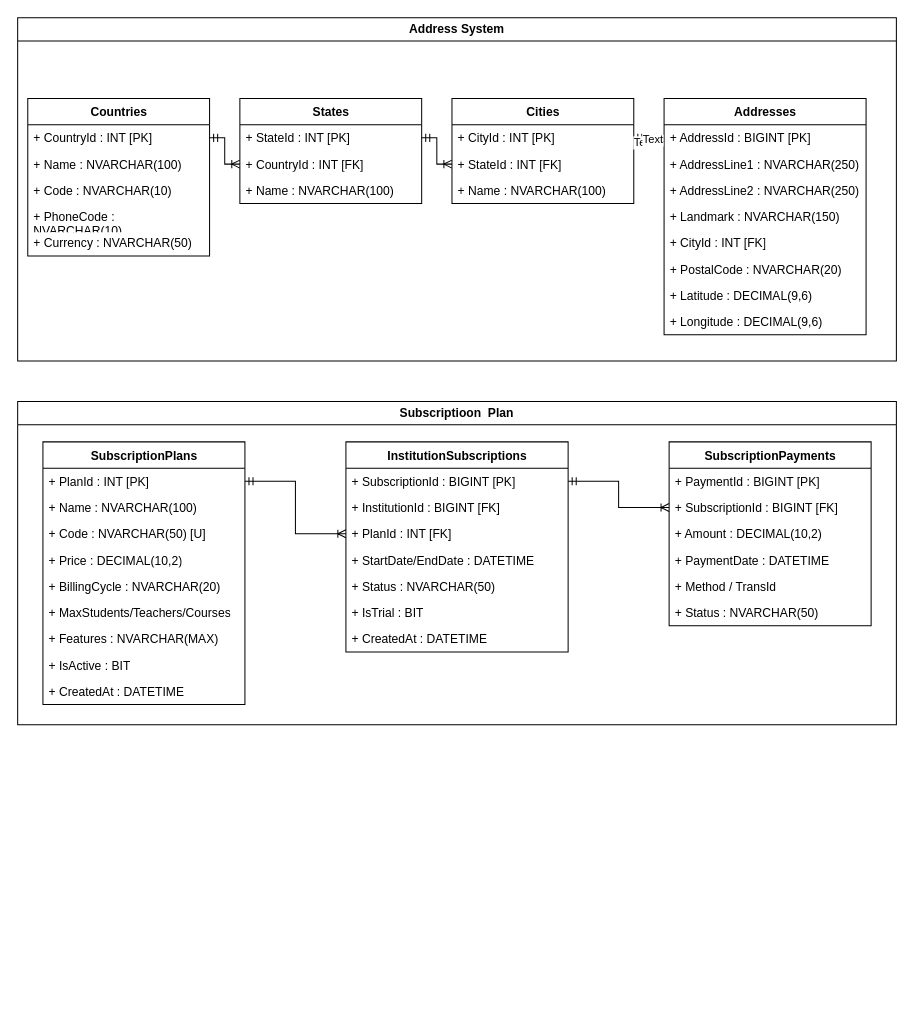
Above: Codenexa EduCore.drawio in parthao/DataBaseFiles (draw.io), before the change. Source tidied: cells renumbered, new cells numbered last; positions are measured from the earlier drawing's top-left corner, leaving out a move shared by most shapes. Both pictures are drawn from the tidied source at 101%, with x=0, y=0 at pixel (17, 17).
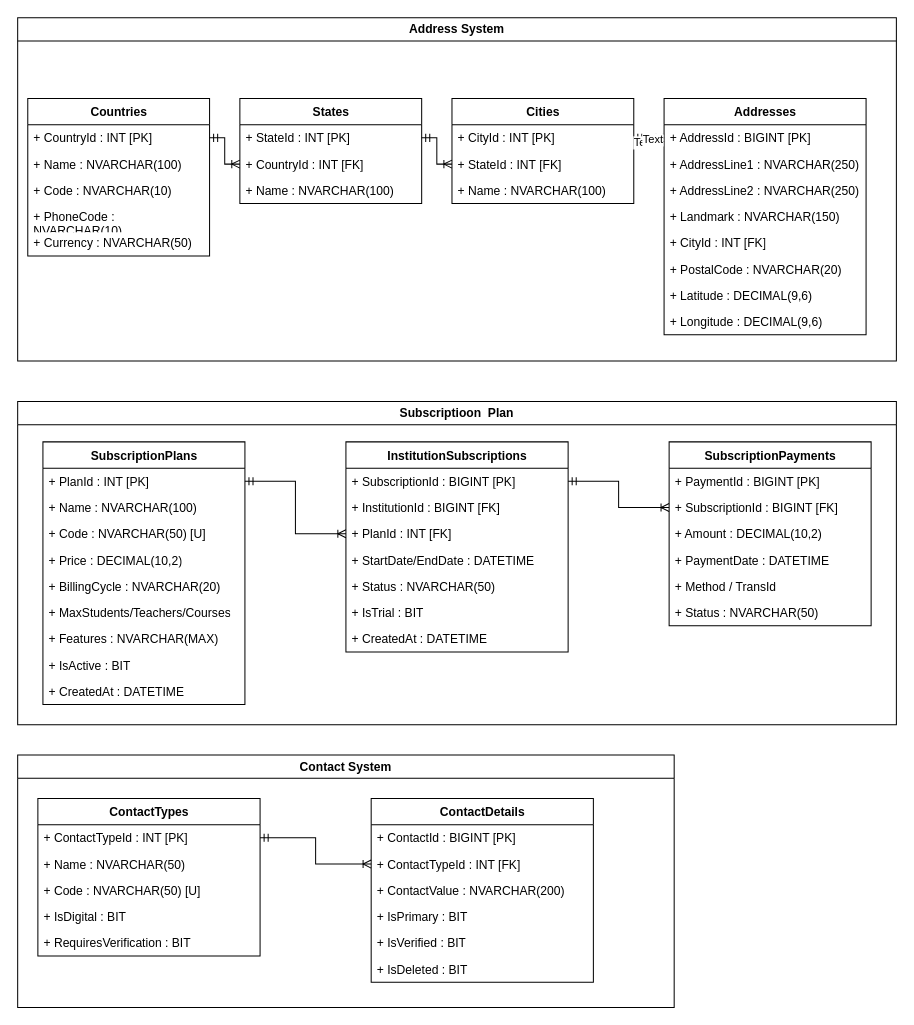
Above is the later version.

Commit message:
contact system

What changed in the source:
```diff
@@
+    <mxCell id="59" value="Contact System" style="swimlane;whiteSpace=wrap;html=1;" parent="1" vertex="1">
+      <mxGeometry y="730" width="650" height="250" as="geometry" />
+    </mxCell>
+    <mxCell id="60" value="ContactTypes" style="swimlane;fontStyle=1;align=center;verticalAlign=top;horizontal=1;startSize=26;resizeLastChild=0;html=1;" parent="59" vertex="1">
+      <mxGeometry x="20" y="43" width="220" height="156" as="geometry" />
+    </mxCell>
+    <mxCell id="61" value="+ ContactTypeId : INT [PK]" style="text;strokeColor=none;fillColor=none;align=left;verticalAlign=top;spacingLeft=4;spacingRight=4;overflow=hidden;points=[[0,0.5],[1,0.5]];portConstraint=eastwest;whiteSpace=wrap;html=1;" parent="60" vertex="1">
+      <mxGeometry y="26" width="220" height="26" as="geometry" />
+    </mxCell>
+    <mxCell id="62" value="+ Name : NVARCHAR(50)" style="text;strokeColor=none;fillColor=none;align=left;verticalAlign=top;spacingLeft=4;spacingRight=4;overflow=hidden;whiteSpace=wrap;html=1;" parent="60" vertex="1">
+      <mxGeometry y="52" width="220" height="26" as="geometry" />
+    </mxCell>
+    <mxCell id="63" value="+ Code : NVARCHAR(50) [U]" style="text;strokeColor=none;fillColor=none;align=left;verticalAlign=top;spacingLeft=4;spacingRight=4;overflow=hidden;whiteSpace=wrap;html=1;" parent="60" vertex="1">
+      <mxGeometry y="78" width="220" height="26" as="geometry" />
+    </mxCell>
+    <mxCell id="64" value="+ IsDigital : BIT" style="text;strokeColor=none;fillColor=none;align=left;verticalAlign=top;spacingLeft=4;spacingRight=4;overflow=hidden;whiteSpace=wrap;html=1;" parent="60" vertex="1">
+      <mxGeometry y="104" width="220" height="26" as="geometry" />
+    </mxCell>
+    <mxCell id="65" value="+ RequiresVerification : BIT" style="text;strokeColor=none;fillColor=none;align=left;verticalAlign=top;spacingLeft=4;spacingRight=4;overflow=hidden;whiteSpace=wrap;html=1;" parent="60" vertex="1">
+      <mxGeometry y="130" width="220" height="26" as="geometry" />
+    </mxCell>
+    <mxCell id="66" value="ContactDetails" style="swimlane;fontStyle=1;align=center;verticalAlign=top;horizontal=1;startSize=26;resizeLastChild=0;html=1;" parent="59" vertex="1">
+      <mxGeometry x="350" y="43" width="220" height="182" as="geometry" />
+    </mxCell>
+    <mxCell id="67" value="+ ContactId : BIGINT [PK]" style="text;strokeColor=none;fillColor=none;align=left;verticalAlign=top;spacingLeft=4;spacingRight=4;overflow=hidden;whiteSpace=wrap;html=1;" parent="66" vertex="1">
+      <mxGeometry y="26" width="220" height="26" as="geometry" />
+    </mxCell>
+    <mxCell id="68" value="+ ContactTypeId : INT [FK]" style="text;strokeColor=none;fillColor=none;align=left;verticalAlign=top;spacingLeft=4;spacingRight=4;overflow=hidden;points=[[0,0.5],[1,0.5]];portConstraint=eastwest;whiteSpace=wrap;html=1;" parent="66" vertex="1">
+      <mxGeometry y="52" width="220" height="26" as="geometry" />
+    </mxCell>
+    <mxCell id="69" value="+ ContactValue : NVARCHAR(200)" style="text;strokeColor=none;fillColor=none;align=left;verticalAlign=top;spacingLeft=4;spacingRight=4;overflow=hidden;whiteSpace=wrap;html=1;" parent="66" vertex="1">
+      <mxGeometry y="78" width="220" height="26" as="geometry" />
+    </mxCell>
+    <mxCell id="70" value="+ IsPrimary : BIT" style="text;strokeColor=none;fillColor=none;align=left;verticalAlign=top;spacingLeft=4;spacingRight=4;overflow=hidden;whiteSpace=wrap;html=1;" parent="66" vertex="1">
+      <mxGeometry y="104" width="220" height="26" as="geometry" />
+    </mxCell>
+    <mxCell id="71" value="+ IsVerified : BIT" style="text;strokeColor=none;fillColor=none;align=left;verticalAlign=top;spacingLeft=4;spacingRight=4;overflow=hidden;whiteSpace=wrap;html=1;" parent="66" vertex="1">
+      <mxGeometry y="130" width="220" height="26" as="geometry" />
+    </mxCell>
+    <mxCell id="72" value="+ IsDeleted : BIT" style="text;strokeColor=none;fillColor=none;align=left;verticalAlign=top;spacingLeft=4;spacingRight=4;overflow=hidden;whiteSpace=wrap;html=1;" parent="66" vertex="1">
+      <mxGeometry y="156" width="220" height="26" as="geometry" />
+    </mxCell>
+    <mxCell id="73" style="edgeStyle=orthogonalEdgeStyle;fontSize=12;html=1;endArrow=ERoneToMany;startArrow=ERmandOne;rounded=0;exitX=1;exitY=0.5;exitDx=0;exitDy=0;entryX=0;entryY=0.5;entryDx=0;entryDy=0;" parent="59" edge="1" source="61" target="68">
+      <mxGeometry relative="1" as="geometry" />
+    </mxCell>
```
